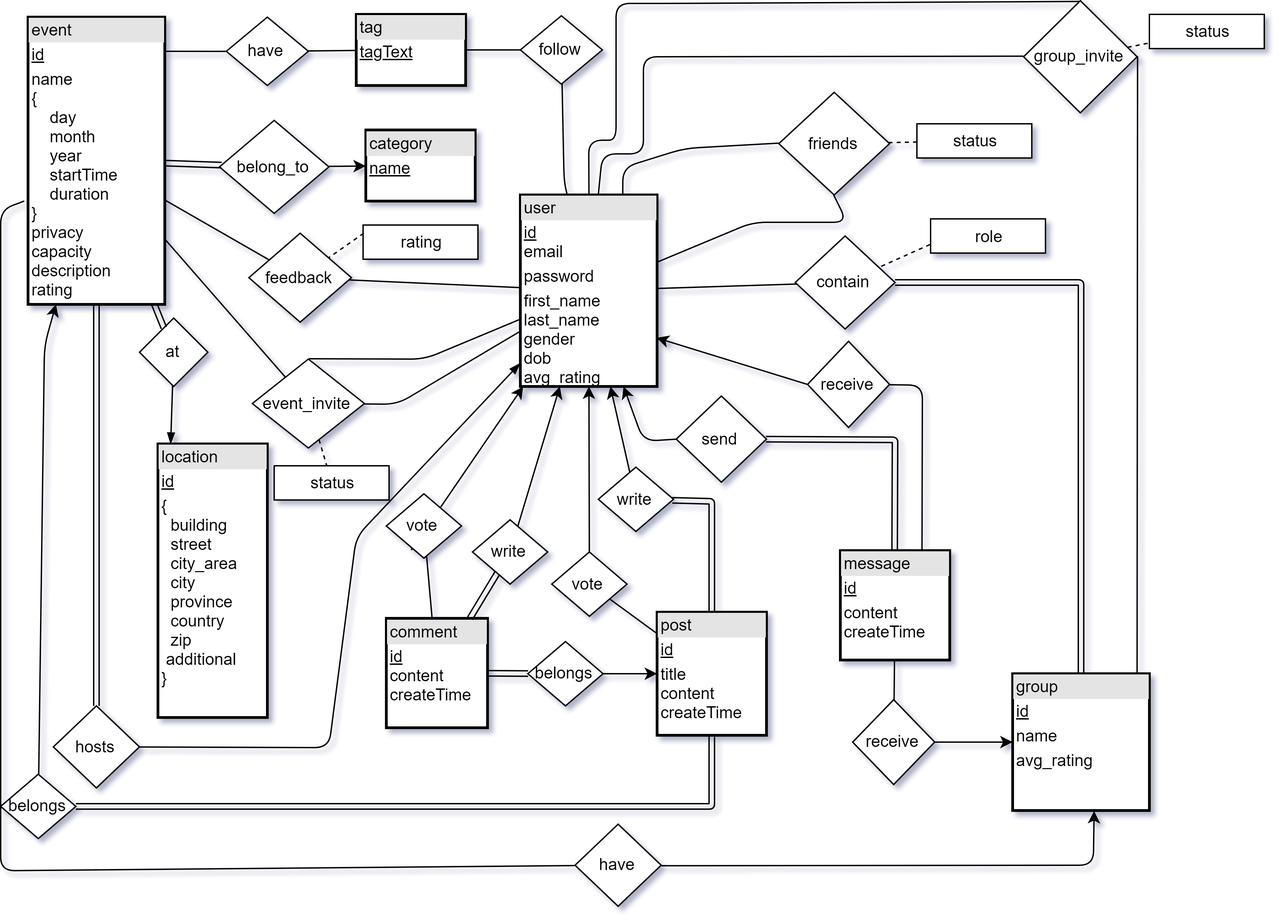
Earlier version of the draw.io export doc/diagrams/er_diagram/ERDiagram.png (ahmed-umair/scenes). Source tidied: cells renumbered, new cells last; positions are measured from the earlier drawing's top-left corner, leaving out a move shared by most shapes.
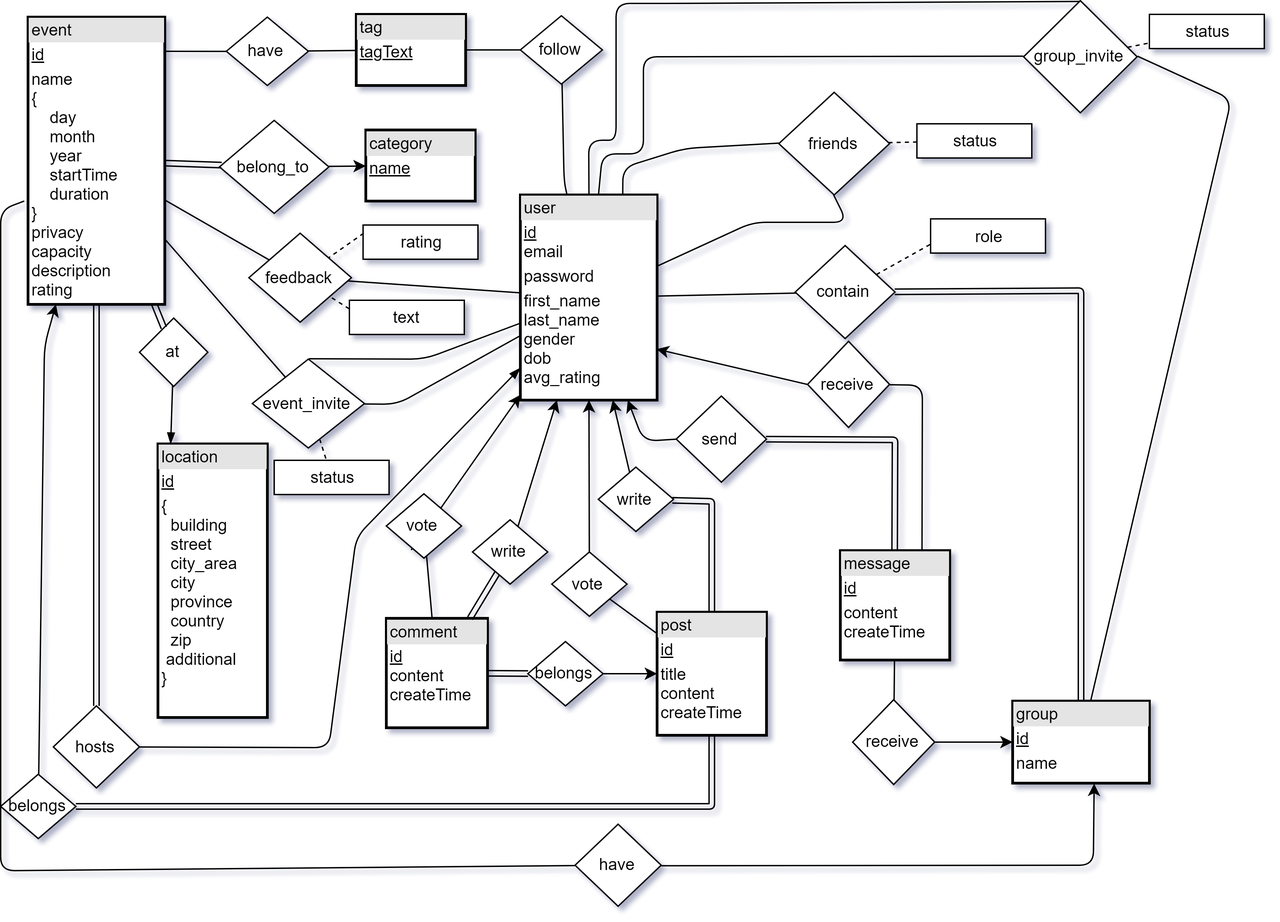
After the change.

Diff of the diagram source:
```diff
@@ -9,10 +9,10 @@
       <mxGeometry x="260" y="10" width="80" height="52" as="geometry" />
     </mxCell>
     <mxCell id="4" value="&lt;div style=&quot;box-sizing: border-box ; width: 100% ; background: #e4e4e4 ; padding: 2px&quot;&gt;user&lt;/div&gt;&lt;table style=&quot;width: 100% ; font-size: 1em&quot; cellpadding=&quot;2&quot; cellspacing=&quot;0&quot;&gt;&lt;tbody&gt;&lt;tr&gt;&lt;td&gt;&lt;u&gt;id&lt;/u&gt;&lt;br&gt;email&lt;/td&gt;&lt;/tr&gt;&lt;tr&gt;&lt;td&gt;password&lt;/td&gt;&lt;/tr&gt;&lt;tr&gt;&lt;td&gt;first_name&lt;br&gt;last_name&lt;br&gt;gender&lt;br&gt;dob&lt;br&gt;avg_rating&lt;/td&gt;&lt;/tr&gt;&lt;/tbody&gt;&lt;/table&gt;" style="verticalAlign=top;align=left;overflow=fill;html=1;fillColor=#ffffff;strokeWidth=2;" parent="1" vertex="1">
-      <mxGeometry x="380" y="142" width="100" height="140" as="geometry" />
+      <mxGeometry x="380" y="142" width="100" height="150" as="geometry" />
     </mxCell>
-    <mxCell id="5" value="&lt;div style=&quot;box-sizing: border-box ; width: 100% ; background: #e4e4e4 ; padding: 2px&quot;&gt;group&lt;/div&gt;&lt;table style=&quot;width: 100% ; font-size: 1em&quot; cellpadding=&quot;2&quot; cellspacing=&quot;0&quot;&gt;&lt;tbody&gt;&lt;tr&gt;&lt;td&gt;&lt;u&gt;id&lt;/u&gt;&lt;/td&gt;&lt;/tr&gt;&lt;tr&gt;&lt;td&gt;name&lt;/td&gt;&lt;/tr&gt;&lt;tr&gt;&lt;td&gt;avg_rating&lt;/td&gt;&lt;/tr&gt;&lt;/tbody&gt;&lt;/table&gt;" style="verticalAlign=top;align=left;overflow=fill;html=1;fillColor=#ffffff;strokeWidth=2;" parent="1" vertex="1">
-      <mxGeometry x="740" y="492" width="100" height="100" as="geometry" />
+    <mxCell id="5" value="&lt;div style=&quot;box-sizing: border-box ; width: 100% ; background: #e4e4e4 ; padding: 2px&quot;&gt;group&lt;/div&gt;&lt;table style=&quot;width: 100% ; font-size: 1em&quot; cellpadding=&quot;2&quot; cellspacing=&quot;0&quot;&gt;&lt;tbody&gt;&lt;tr&gt;&lt;td&gt;&lt;u&gt;id&lt;/u&gt;&lt;/td&gt;&lt;/tr&gt;&lt;tr&gt;&lt;td&gt;name&lt;/td&gt;&lt;/tr&gt;&lt;tr&gt;&lt;td&gt;&lt;br&gt;&lt;/td&gt;&lt;/tr&gt;&lt;/tbody&gt;&lt;/table&gt;" style="verticalAlign=top;align=left;overflow=fill;html=1;fillColor=#ffffff;strokeWidth=2;" parent="1" vertex="1">
+      <mxGeometry x="740" y="512" width="100" height="60" as="geometry" />
     </mxCell>
     <mxCell id="6" value="&lt;div style=&quot;box-sizing: border-box ; width: 100% ; background: #e4e4e4 ; padding: 2px&quot;&gt;location&lt;/div&gt;&lt;table style=&quot;width: 100% ; font-size: 1em&quot; cellpadding=&quot;2&quot; cellspacing=&quot;0&quot;&gt;&lt;tbody&gt;&lt;tr&gt;&lt;td&gt;&lt;u&gt;id&lt;/u&gt;&lt;/td&gt;&lt;/tr&gt;&lt;tr&gt;&lt;td&gt;{&lt;br&gt;&amp;nbsp; building&lt;br&gt;&amp;nbsp; street&lt;br&gt;&amp;nbsp; city_area&lt;br&gt;&amp;nbsp; city&lt;br&gt;&amp;nbsp; province&lt;br&gt;&amp;nbsp; country&lt;br&gt;&amp;nbsp; zip&lt;br&gt;&amp;nbsp;additional&lt;br&gt;}&lt;/td&gt;&lt;/tr&gt;&lt;/tbody&gt;&lt;/table&gt;" style="verticalAlign=top;align=left;overflow=fill;html=1;fillColor=#ffffff;direction=east;strokeWidth=2;" parent="1" vertex="1">
       <mxGeometry x="115" y="324" width="80" height="200" as="geometry" />
@@ -64,7 +64,7 @@
       <mxGeometry x="590" y="249" width="60" height="63" as="geometry" />
     </mxCell>
     <mxCell id="20" value="contain" style="shape=rhombus;html=1;dashed=0;whitespace=wrap;perimeter=rhombusPerimeter;fillColor=#ffffff;" parent="1" vertex="1">
-      <mxGeometry x="581" y="172" width="73" height="68" as="geometry" />
+      <mxGeometry x="581" y="179" width="73" height="68" as="geometry" />
     </mxCell>
     <mxCell id="21" value="write&lt;br&gt;" style="shape=rhombus;html=1;dashed=0;whitespace=wrap;perimeter=rhombusPerimeter;fillColor=#ffffff;" parent="1" vertex="1">
       <mxGeometry x="437" y="341" width="55" height="47" as="geometry" />
@@ -128,9 +128,11 @@
         </Array>
       </mxGeometry>
     </mxCell>
-    <mxCell id="34" style="endArrow=none;html=1;exitX=1;exitY=0.5;exitDx=0;exitDy=0;" parent="1" edge="1" source="31">
+    <mxCell id="34" style="endArrow=none;html=1;exitX=1;exitY=0.5;exitDx=0;exitDy=0;" parent="1" edge="1" source="31" target="5">
       <mxGeometry relative="1" as="geometry">
-        <mxPoint x="831" y="492" as="targetPoint" />
+        <Array as="points">
+          <mxPoint x="900" y="72" />
+        </Array>
       </mxGeometry>
     </mxCell>
     <mxCell id="35" style="endArrow=classic;html=1;exitX=0;exitY=0.5;exitDx=0;exitDy=0;" parent="1" edge="1" source="18" target="4">
@@ -241,7 +243,7 @@
     <mxCell id="59" style="shape=link;html=1;" parent="1" edge="1" source="20" target="5">
       <mxGeometry relative="1" as="geometry">
         <Array as="points">
-          <mxPoint x="790" y="206" />
+          <mxPoint x="790" y="212" />
         </Array>
       </mxGeometry>
     </mxCell>
@@ -352,7 +354,7 @@
       <mxGeometry relative="1" as="geometry" />
     </mxCell>
     <mxCell id="90" style="group;" parent="1" vertex="1">
-      <mxGeometry x="200" y="340" width="84" height="25" as="geometry" />
+      <mxGeometry x="200" y="336" width="84" height="25" as="geometry" />
     </mxCell>
     <mxCell id="91" style="group;" parent="90" vertex="1">
       <mxGeometry width="84" height="25" as="geometry" />
@@ -381,5 +383,23 @@
     <mxCell id="99" style="endArrow=none;dashed=1;html=1;exitX=0;exitY=0.25;exitDx=0;exitDy=0;" parent="1" edge="1" source="97" target="27">
       <mxGeometry relative="1" as="geometry" />
     </mxCell>
+    <mxCell id="100" style="group;" parent="1" vertex="1">
+      <mxGeometry x="255" y="219" width="84" height="25" as="geometry" />
+    </mxCell>
+    <mxCell id="101" style="group;" parent="100" vertex="1">
+      <mxGeometry width="84" height="25" as="geometry" />
+    </mxCell>
+    <mxCell id="102" style="group;" parent="101" vertex="1">
+      <mxGeometry width="84" height="25" as="geometry" />
+    </mxCell>
+    <mxCell id="103" style="rounded=0;whiteSpace=wrap;html=1;" parent="102" vertex="1">
+      <mxGeometry width="84" height="25" as="geometry" />
+    </mxCell>
+    <mxCell id="104" value="text&lt;br&gt;" style="text;html=1;strokeColor=none;fillColor=none;align=center;verticalAlign=middle;whiteSpace=wrap;rounded=0;" parent="102" vertex="1">
+      <mxGeometry x="12" y="2" width="60" height="20" as="geometry" />
+    </mxCell>
+    <mxCell id="105" style="endArrow=none;dashed=1;html=1;exitX=0;exitY=0.25;exitDx=0;exitDy=0;" parent="1" edge="1" source="103" target="27">
+      <mxGeometry relative="1" as="geometry" />
+    </mxCell>
   </root>
 </mxGraphModel>
```
